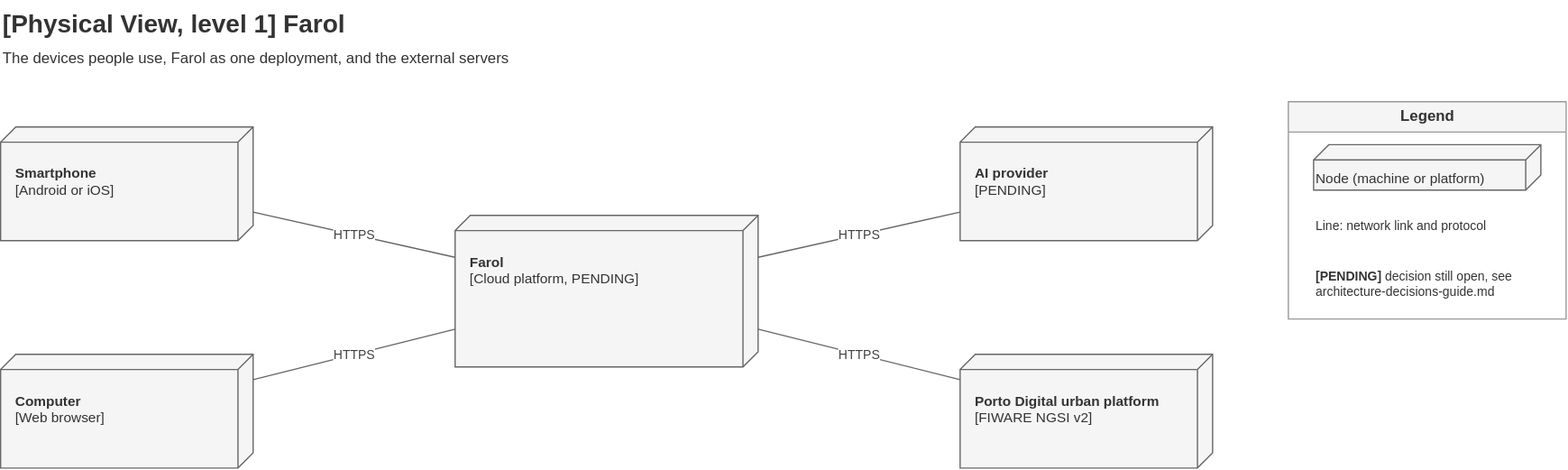
The draw.io diagram Docs/Technical/diagrams/physical-view-level-1.drawio.svg in tomasoliveira21/LABDSOF, before a commit. Source tidied: cells renumbered, new cells last; positions are measured from the earlier drawing's top-left corner, leaving out a move shared by most shapes.
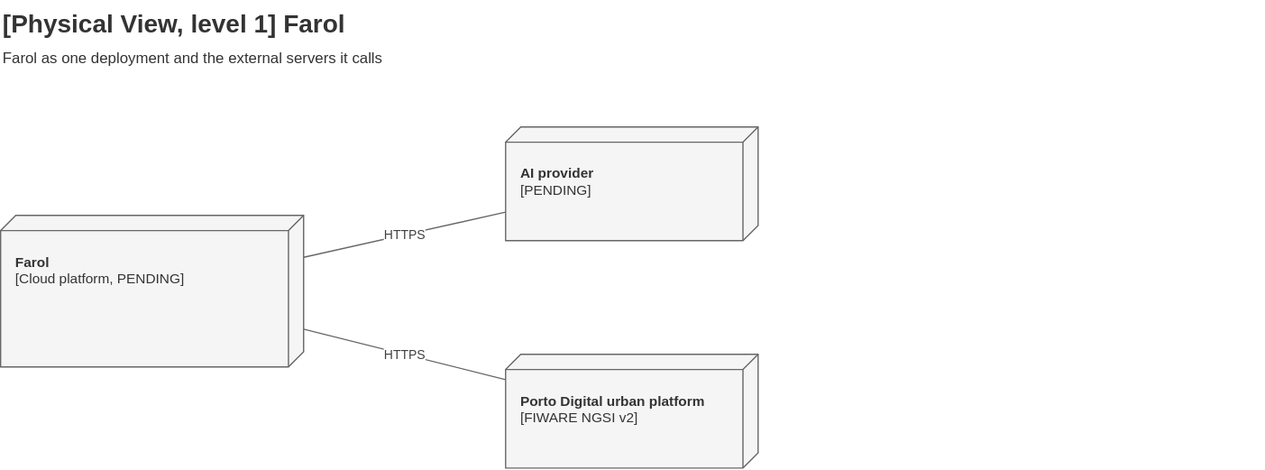
The same file after the commit.

Diff of the diagram source:
```diff
@@ -2,15 +2,9 @@
   <root>
     <mxCell id="0" />
     <mxCell id="1" parent="0" />
-    <mxCell id="2" value="&lt;b&gt;[Physical View, level 1] Farol&lt;/b&gt;&lt;br&gt;&lt;font style=&quot;font-size:12px&quot;&gt;The devices people use, Farol as one deployment, and the external servers&lt;/font&gt;" style="text;html=1;align=left;verticalAlign=top;fontSize=20;fontColor=#333333;" parent="1" vertex="1">
-      <mxGeometry width="1000" height="60" as="geometry" />
+    <mxCell id="2" value="&lt;b&gt;[Physical View, level 1] Farol&lt;/b&gt;&lt;br&gt;&lt;font style=&quot;font-size:12px&quot;&gt;Farol as one deployment and the external servers it calls&lt;/font&gt;" style="text;html=1;align=left;verticalAlign=top;fontSize=20;fontColor=#333333;" parent="1" vertex="1">
+      <mxGeometry x="360" width="1000" height="60" as="geometry" />
     </mxCell>
-    <mxCell id="3" value="&lt;b&gt;Smartphone&lt;/b&gt;&lt;br&gt;[Android or iOS]" style="shape=cube;size=12;flipH=1;whiteSpace=wrap;html=1;fillColor=#f5f5f5;strokeColor=#666666;fontColor=#333333;verticalAlign=top;align=left;spacing=12;spacingTop=14;fontSize=11;" parent="1" vertex="1">
-      <mxGeometry y="100" width="200" height="90" as="geometry" />
-    </mxCell>
-    <mxCell id="4" value="&lt;b&gt;Computer&lt;/b&gt;&lt;br&gt;[Web browser]" style="shape=cube;size=12;flipH=1;whiteSpace=wrap;html=1;fillColor=#f5f5f5;strokeColor=#666666;fontColor=#333333;verticalAlign=top;align=left;spacing=12;spacingTop=14;fontSize=11;" parent="1" vertex="1">
-      <mxGeometry y="280" width="200" height="90" as="geometry" />
-    </mxCell>
     <mxCell id="5" value="&lt;b&gt;Farol&lt;/b&gt;&lt;br&gt;[Cloud platform, PENDING]" style="shape=cube;size=12;flipH=1;whiteSpace=wrap;html=1;fillColor=#f5f5f5;strokeColor=#666666;fontColor=#333333;verticalAlign=top;align=left;spacing=12;spacingTop=14;fontSize=11;" parent="1" vertex="1">
       <mxGeometry x="360" y="170" width="240" height="120" as="geometry" />
     </mxCell>
@@ -20,29 +14,11 @@
     <mxCell id="7" value="&lt;b&gt;Porto Digital urban platform&lt;/b&gt;&lt;br&gt;[FIWARE NGSI v2]" style="shape=cube;size=12;flipH=1;whiteSpace=wrap;html=1;fillColor=#f5f5f5;strokeColor=#666666;fontColor=#333333;verticalAlign=top;align=left;spacing=12;spacingTop=14;fontSize=11;" parent="1" vertex="1">
       <mxGeometry x="760" y="280" width="200" height="90" as="geometry" />
     </mxCell>
-    <mxCell id="8" value="HTTPS" style="endArrow=none;html=1;fontSize=10;fontColor=#404040;strokeColor=#666666;rounded=0;labelBackgroundColor=#ffffff;" parent="1" edge="1" source="3" target="5">
-      <mxGeometry relative="1" as="geometry" />
-    </mxCell>
-    <mxCell id="9" value="HTTPS" style="endArrow=none;html=1;fontSize=10;fontColor=#404040;strokeColor=#666666;rounded=0;labelBackgroundColor=#ffffff;" parent="1" edge="1" source="4" target="5">
-      <mxGeometry relative="1" as="geometry" />
-    </mxCell>
     <mxCell id="10" value="HTTPS" style="endArrow=none;html=1;fontSize=10;fontColor=#404040;strokeColor=#666666;rounded=0;labelBackgroundColor=#ffffff;" parent="1" edge="1" source="5" target="6">
       <mxGeometry relative="1" as="geometry" />
     </mxCell>
     <mxCell id="11" value="HTTPS" style="endArrow=none;html=1;fontSize=10;fontColor=#404040;strokeColor=#666666;rounded=0;labelBackgroundColor=#ffffff;" parent="1" edge="1" source="5" target="7">
       <mxGeometry relative="1" as="geometry" />
     </mxCell>
-    <mxCell id="12" value="&lt;b&gt;Legend&lt;/b&gt;" style="swimlane;startSize=24;html=1;fontSize=12;fillColor=#f5f5f5;strokeColor=#999999;fontColor=#333333;" parent="1" vertex="1">
-      <mxGeometry x="1020" y="80" width="220" height="172" as="geometry" />
-    </mxCell>
-    <mxCell id="13" value="Node (machine or platform)" style="shape=cube;size=12;flipH=1;whiteSpace=wrap;html=1;fillColor=#f5f5f5;strokeColor=#666666;fontColor=#333333;verticalAlign=top;align=left;spacing=12;spacingTop=14;fontSize=11;verticalAlign=middle;spacingTop=0;spacing=2;verticalAlign=bottom;spacingBottom=0;" parent="12" vertex="1">
-      <mxGeometry x="20" y="34" width="180" height="36" as="geometry" />
-    </mxCell>
-    <mxCell id="14" value="Line: network link and protocol" style="text;html=1;whiteSpace=wrap;align=left;verticalAlign=top;fontColor=#333333;fontSize=10;verticalAlign=middle;spacingTop=0;spacing=2;" parent="12" vertex="1">
-      <mxGeometry x="20" y="80" width="180" height="36" as="geometry" />
-    </mxCell>
-    <mxCell id="15" value="&lt;b&gt;[PENDING]&lt;/b&gt; decision still open, see architecture-decisions-guide.md" style="text;html=1;whiteSpace=wrap;align=left;verticalAlign=top;fontColor=#333333;fontSize=10;verticalAlign=middle;spacingTop=0;spacing=2;" parent="12" vertex="1">
-      <mxGeometry x="20" y="126" width="180" height="36" as="geometry" />
-    </mxCell>
   </root>
 </mxGraphModel>
```
